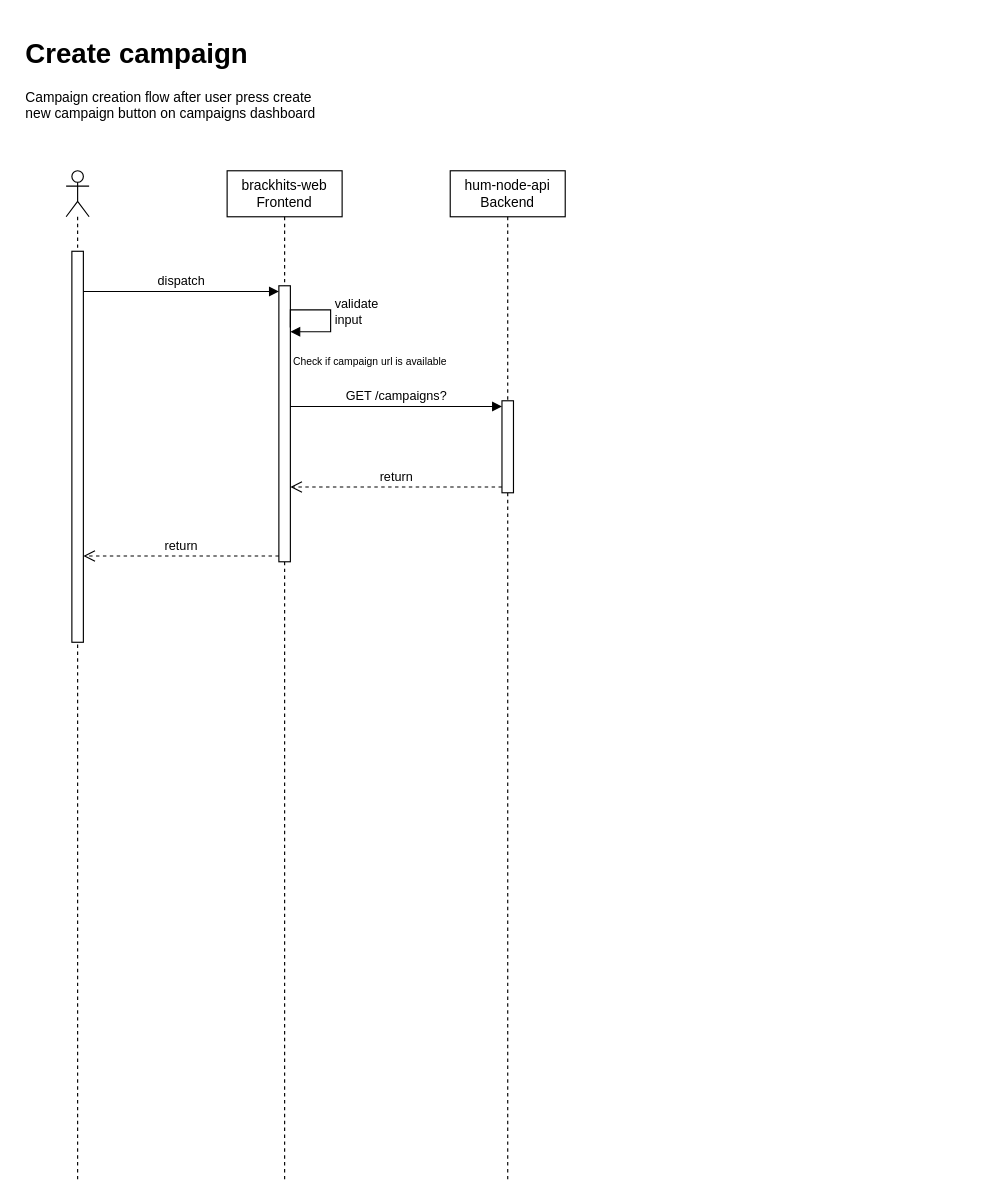
This is campaign-creation-sequence-diagram.drawio from deltall1/brackhit-diagrams, a draw.io file, before an edit. Source tidied: cells renumbered, new cells numbered last; positions are measured from the earlier drawing's top-left corner, leaving out a move shared by most shapes. Both pictures are drawn from the tidied source at 115%, with x=0, y=0 at pixel (20, 31).
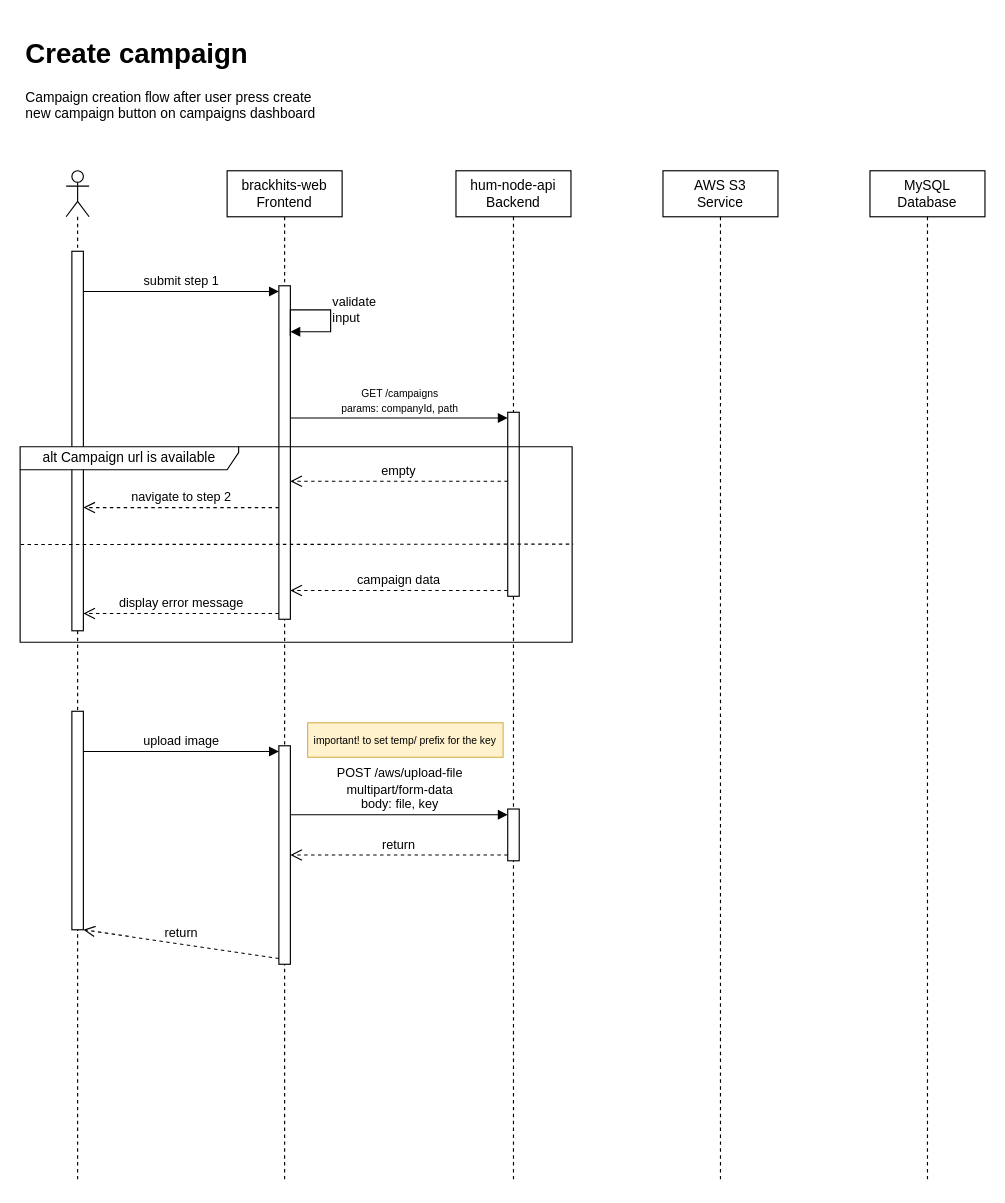
The same page after the edit.

The change refers to these unchanged cells:
```xml
<mxCell id="3" style="shape=umlLifeline;perimeter=lifelinePerimeter;whiteSpace=wrap;html=1;newEdgeStyle={&quot;curved&quot;:0,&quot;rounded&quot;:0};participant=umlActor;" parent="1" vertex="1">
  <mxGeometry x="40" y="121" width="20" height="880" as="geometry" />
</mxCell>
<mxCell id="5" value="brackhits-web&lt;br&gt;Frontend" style="shape=umlLifeline;perimeter=lifelinePerimeter;whiteSpace=wrap;html=1;newEdgeStyle={&quot;curved&quot;:0,&quot;rounded&quot;:0};" parent="1" vertex="1">
  <mxGeometry x="180" y="121" width="100" height="880" as="geometry" />
</mxCell>
```

Change to the diagram source:
```diff
@@
     <mxCell id="4" style="html=1;points=[[0,0,0,0,5],[0,1,0,0,-5],[1,0,0,0,5],[1,1,0,0,-5]];perimeter=orthogonalPerimeter;outlineConnect=0;targetShapes=umlLifeline;portConstraint=eastwest;newEdgeStyle={&quot;curved&quot;:0,&quot;rounded&quot;:0};" parent="3" vertex="1">
-      <mxGeometry x="5" y="70" width="10" height="340" as="geometry" />
+      <mxGeometry x="5" y="70" width="10" height="330" as="geometry" />
     </mxCell>
+    <mxCell id="15" style="html=1;points=[[0,0,0,0,5],[0,1,0,0,-5],[1,0,0,0,5],[1,1,0,0,-5]];perimeter=orthogonalPerimeter;outlineConnect=0;targetShapes=umlLifeline;portConstraint=eastwest;newEdgeStyle={&quot;curved&quot;:0,&quot;rounded&quot;:0};" parent="3" vertex="1">
+      <mxGeometry x="5" y="470" width="10" height="190" as="geometry" />
+    </mxCell>
@@
     <mxCell id="6" style="html=1;points=[[0,0,0,0,5],[0,1,0,0,-5],[1,0,0,0,5],[1,1,0,0,-5]];perimeter=orthogonalPerimeter;outlineConnect=0;targetShapes=umlLifeline;portConstraint=eastwest;newEdgeStyle={&quot;curved&quot;:0,&quot;rounded&quot;:0};" parent="5" vertex="1">
-      <mxGeometry x="45" y="100" width="10" height="240" as="geometry" />
+      <mxGeometry x="45" y="100" width="10" height="290" as="geometry" />
     </mxCell>
@@
+    <mxCell id="16" style="html=1;points=[[0,0,0,0,5],[0,1,0,0,-5],[1,0,0,0,5],[1,1,0,0,-5]];perimeter=orthogonalPerimeter;outlineConnect=0;targetShapes=umlLifeline;portConstraint=eastwest;newEdgeStyle={&quot;curved&quot;:0,&quot;rounded&quot;:0};" parent="5" vertex="1">
+      <mxGeometry x="45" y="500" width="10" height="190" as="geometry" />
+    </mxCell>
     <mxCell id="8" value="hum-node-api&lt;br&gt;Backend" style="shape=umlLifeline;perimeter=lifelinePerimeter;whiteSpace=wrap;html=1;newEdgeStyle={&quot;curved&quot;:0,&quot;rounded&quot;:0};" parent="1" vertex="1">
-      <mxGeometry x="374" y="121" width="100" height="880" as="geometry" />
+      <mxGeometry x="379" y="121" width="100" height="880" as="geometry" />
     </mxCell>
     <mxCell id="9" style="html=1;points=[[0,0,0,0,5],[0,1,0,0,-5],[1,0,0,0,5],[1,1,0,0,-5]];perimeter=orthogonalPerimeter;outlineConnect=0;targetShapes=umlLifeline;portConstraint=eastwest;newEdgeStyle={&quot;curved&quot;:0,&quot;rounded&quot;:0};" parent="8" vertex="1">
-      <mxGeometry x="45" y="200" width="10" height="80" as="geometry" />
+      <mxGeometry x="45" y="210" width="10" height="160" as="geometry" />
     </mxCell>
+    <mxCell id="17" style="html=1;points=[[0,0,0,0,5],[0,1,0,0,-5],[1,0,0,0,5],[1,1,0,0,-5]];perimeter=orthogonalPerimeter;outlineConnect=0;targetShapes=umlLifeline;portConstraint=eastwest;newEdgeStyle={&quot;curved&quot;:0,&quot;rounded&quot;:0};" parent="8" vertex="1">
+      <mxGeometry x="45" y="555" width="10" height="45" as="geometry" />
+    </mxCell>
-    <mxCell id="10" value="dispatch" style="html=1;verticalAlign=bottom;endArrow=block;curved=0;rounded=0;entryX=0;entryY=0;entryDx=0;entryDy=5;" parent="1" edge="1" source="4" target="6">
+    <mxCell id="10" value="submit step 1" style="html=1;verticalAlign=bottom;endArrow=block;curved=0;rounded=0;entryX=0;entryY=0;entryDx=0;entryDy=5;" parent="1" edge="1" source="4" target="6">
       <mxGeometry relative="1" as="geometry" />
     </mxCell>
-    <mxCell id="11" value="return" style="html=1;verticalAlign=bottom;endArrow=open;dashed=1;endSize=8;curved=0;rounded=0;exitX=0;exitY=1;exitDx=0;exitDy=-5;" parent="1" edge="1" source="6" target="4">
+    <mxCell id="11" value="display error message" style="html=1;verticalAlign=bottom;endArrow=open;dashed=1;endSize=8;curved=0;rounded=0;exitX=0;exitY=1;exitDx=0;exitDy=-5;" parent="1" edge="1" source="6" target="4">
       <mxGeometry relative="1" as="geometry" />
     </mxCell>
-    <mxCell id="12" value="GET /campaigns?" style="html=1;verticalAlign=bottom;endArrow=block;curved=0;rounded=0;entryX=0;entryY=0;entryDx=0;entryDy=5;" parent="1" edge="1" source="6" target="9">
+    <mxCell id="12" value="&lt;font style=&quot;font-size: 9px;&quot;&gt;GET /campaigns&lt;br&gt;params: companyId, path&lt;br&gt;&lt;/font&gt;" style="html=1;verticalAlign=bottom;endArrow=block;curved=0;rounded=0;entryX=0;entryY=0;entryDx=0;entryDy=5;" parent="1" edge="1" source="6" target="9">
       <mxGeometry relative="1" as="geometry" />
     </mxCell>
-    <mxCell id="13" value="return" style="html=1;verticalAlign=bottom;endArrow=open;dashed=1;endSize=8;curved=0;rounded=0;exitX=0;exitY=1;exitDx=0;exitDy=-5;" parent="1" edge="1" source="9" target="6">
+    <mxCell id="13" value="campaign data" style="html=1;verticalAlign=bottom;endArrow=open;dashed=1;endSize=8;curved=0;rounded=0;exitX=0;exitY=1;exitDx=0;exitDy=-5;" parent="1" edge="1" source="9" target="6">
       <mxGeometry relative="1" as="geometry" />
     </mxCell>
-    <mxCell id="14" value="&lt;font style=&quot;font-size: 9px;&quot;&gt;Check if campaign url is available&lt;/font&gt;" style="text;html=1;strokeColor=none;fillColor=none;align=center;verticalAlign=middle;whiteSpace=wrap;rounded=0;" parent="1" vertex="1">
-      <mxGeometry x="235" y="281" width="139" height="10" as="geometry" />
-    </mxCell>
+    <mxCell id="18" value="alt Campaign url is available" style="shape=umlFrame;whiteSpace=wrap;html=1;width=190;height=20;" parent="1" vertex="1">
+      <mxGeometry y="361" width="480" height="170" as="geometry" />
+    </mxCell>
+    <mxCell id="19" value="empty" style="html=1;verticalAlign=bottom;endArrow=open;dashed=1;endSize=8;curved=0;rounded=0;exitX=0.008;exitY=0.375;exitDx=0;exitDy=0;exitPerimeter=0;" parent="1" edge="1" source="9" target="6">
+      <mxGeometry relative="1" as="geometry" />
+    </mxCell>
+    <mxCell id="20" style="endArrow=none;dashed=1;html=1;rounded=0;entryX=1.002;entryY=0.498;entryDx=0;entryDy=0;entryPerimeter=0;exitX=0.001;exitY=0.5;exitDx=0;exitDy=0;exitPerimeter=0;" parent="1" edge="1" source="18" target="18">
+      <mxGeometry relative="1" as="geometry" />
+    </mxCell>
+    <mxCell id="21" value="navigate to step 2" style="html=1;verticalAlign=bottom;endArrow=open;dashed=1;endSize=8;curved=0;rounded=0;exitX=0.005;exitY=0.665;exitDx=0;exitDy=0;exitPerimeter=0;" parent="1" edge="1" source="6" target="4">
+      <mxGeometry relative="1" as="geometry" />
+    </mxCell>
+    <mxCell id="22" value="upload image" style="html=1;verticalAlign=bottom;endArrow=block;curved=0;rounded=0;entryX=0;entryY=0;entryDx=0;entryDy=5;" parent="1" edge="1" source="15" target="16">
+      <mxGeometry relative="1" as="geometry" />
+    </mxCell>
+    <mxCell id="23" value="return" style="html=1;verticalAlign=bottom;endArrow=open;dashed=1;endSize=8;curved=0;rounded=0;exitX=0;exitY=1;exitDx=0;exitDy=-5;" parent="1" edge="1" source="16" target="15">
+      <mxGeometry relative="1" as="geometry" />
+    </mxCell>
+    <mxCell id="24" value="&lt;font style=&quot;font-size: 9px;&quot;&gt;important! to set temp/ prefix for the key&lt;/font&gt;" style="text;html=1;strokeColor=#d6b656;fillColor=#fff2cc;align=center;verticalAlign=middle;whiteSpace=wrap;rounded=0;" parent="1" vertex="1">
+      <mxGeometry x="250" y="601" width="170" height="30" as="geometry" />
+    </mxCell>
+    <mxCell id="25" value="return" style="html=1;verticalAlign=bottom;endArrow=open;dashed=1;endSize=8;curved=0;rounded=0;exitX=0;exitY=1;exitDx=0;exitDy=-5;" parent="1" edge="1" source="17" target="16">
+      <mxGeometry relative="1" as="geometry" />
+    </mxCell>
+    <mxCell id="26" value="POST /aws/upload-file&lt;br&gt;multipart/form-data&lt;br&gt;body: file, key" style="html=1;verticalAlign=bottom;endArrow=block;curved=0;rounded=0;entryX=0;entryY=0;entryDx=0;entryDy=5;" parent="1" edge="1" source="16" target="17">
+      <mxGeometry relative="1" as="geometry" />
+    </mxCell>
+    <mxCell id="27" value="AWS S3&lt;br&gt;Service" style="shape=umlLifeline;perimeter=lifelinePerimeter;whiteSpace=wrap;html=1;newEdgeStyle={&quot;curved&quot;:0,&quot;rounded&quot;:0};" parent="1" vertex="1">
+      <mxGeometry x="559" y="121" width="100" height="880" as="geometry" />
+    </mxCell>
+    <mxCell id="28" value="MySQL&lt;br&gt;Database" style="shape=umlLifeline;perimeter=lifelinePerimeter;whiteSpace=wrap;html=1;newEdgeStyle={&quot;curved&quot;:0,&quot;rounded&quot;:0};" parent="1" vertex="1">
+      <mxGeometry x="739" y="121" width="100" height="880" as="geometry" />
+    </mxCell>
```
